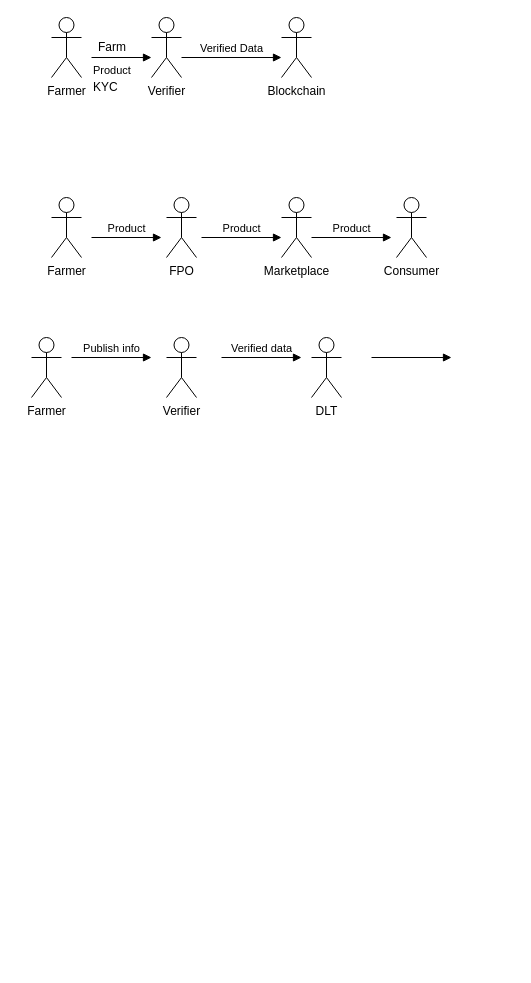
The draw.io diagram AC-Flow.drawio in shscs911/Calibre-themes-files, before the edit. Source tidied: cells renumbered, new cells numbered last; positions are measured from the earlier drawing's top-left corner, leaving out a move shared by most shapes. Both pictures are drawn from the tidied source at 100%, with x=0, y=0 at pixel (31, 17).
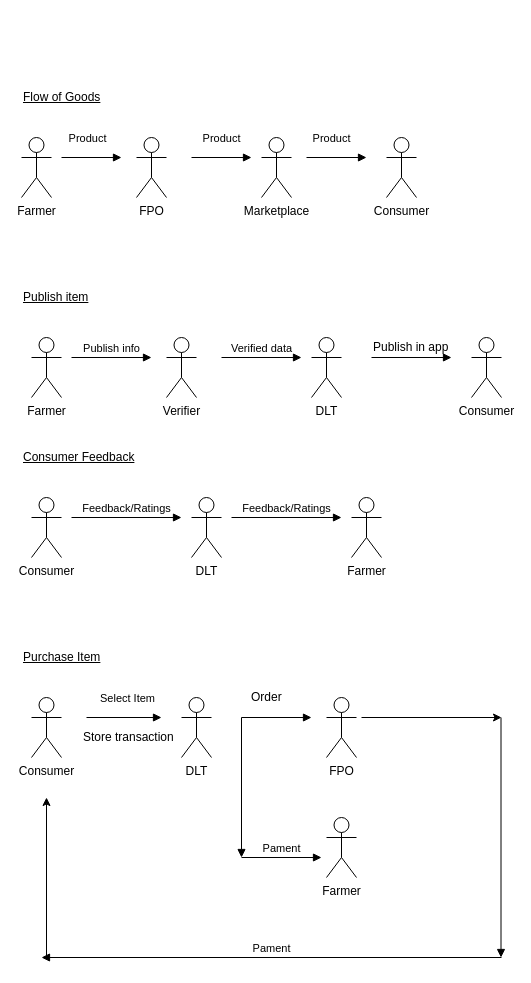
The same page after the edit.

What changed in the source:
```diff
@@
-    <mxCell id="2" value="Farmer" style="shape=umlActor;verticalLabelPosition=bottom;labelBackgroundColor=#ffffff;verticalAlign=top;html=1;" parent="1" vertex="1">
-      <mxGeometry x="20" width="30" height="60" as="geometry" />
-    </mxCell>
-    <mxCell id="3" value="Product" style="endArrow=block;endFill=1;html=1;edgeStyle=orthogonalEdgeStyle;align=left;verticalAlign=top;" parent="1" edge="1">
-      <mxGeometry x="-1" relative="1" as="geometry">
-        <mxPoint x="60" y="40" as="sourcePoint" />
-        <mxPoint x="120" y="40" as="targetPoint" />
-      </mxGeometry>
-    </mxCell>
-    <mxCell id="4" value="&lt;div&gt;Verifier&lt;/div&gt;" style="shape=umlActor;verticalLabelPosition=bottom;labelBackgroundColor=#ffffff;verticalAlign=top;html=1;" parent="1" vertex="1">
-      <mxGeometry x="120" width="30" height="60" as="geometry" />
-    </mxCell>
-    <mxCell id="5" value="Blockchain" style="shape=umlActor;verticalLabelPosition=bottom;labelBackgroundColor=#ffffff;verticalAlign=top;html=1;" parent="1" vertex="1">
-      <mxGeometry x="250" width="30" height="60" as="geometry" />
-    </mxCell>
-    <mxCell id="6" value="&lt;div&gt;Verified Data&lt;/div&gt;" style="html=1;verticalAlign=bottom;endArrow=block;" parent="1" edge="1">
-      <mxGeometry relative="1" as="geometry">
-        <mxPoint x="150" y="40" as="sourcePoint" />
-        <mxPoint x="250" y="40" as="targetPoint" />
-      </mxGeometry>
-    </mxCell>
-    <mxCell id="7" value="Farm" style="text;html=1;align=left;verticalAlign=top;spacingTop=-4;" parent="1" vertex="1">
-      <mxGeometry x="65" y="20" width="40" height="20" as="geometry" />
-    </mxCell>
-    <mxCell id="8" value="KYC" style="text;html=1;align=left;verticalAlign=top;spacingTop=-4;" parent="1" vertex="1">
-      <mxGeometry x="60" y="60" width="40" height="20" as="geometry" />
-    </mxCell>
     <mxCell id="9" value="Farmer" style="shape=umlActor;verticalLabelPosition=bottom;labelBackgroundColor=#ffffff;verticalAlign=top;html=1;" parent="1" vertex="1">
-      <mxGeometry x="20" y="180" width="30" height="60" as="geometry" />
+      <mxGeometry x="-10" y="120" width="30" height="60" as="geometry" />
     </mxCell>
     <mxCell id="10" value="Product" style="html=1;verticalAlign=bottom;endArrow=block;" parent="1" edge="1">
-      <mxGeometry relative="1" as="geometry">
-        <mxPoint x="60" y="220" as="sourcePoint" />
-        <mxPoint x="130" y="220" as="targetPoint" />
+      <mxGeometry x="-0.14" y="10" relative="1" as="geometry">
+        <mxPoint x="30" y="140" as="sourcePoint" />
+        <mxPoint x="90" y="140" as="targetPoint" />
       </mxGeometry>
     </mxCell>
     <mxCell id="11" value="FPO" style="shape=umlActor;verticalLabelPosition=bottom;labelBackgroundColor=#ffffff;verticalAlign=top;html=1;" parent="1" vertex="1">
-      <mxGeometry x="135" y="180" width="30" height="60" as="geometry" />
+      <mxGeometry x="105" y="120" width="30" height="60" as="geometry" />
     </mxCell>
     <mxCell id="12" value="Product" style="html=1;verticalAlign=bottom;endArrow=block;" parent="1" edge="1">
-      <mxGeometry relative="1" as="geometry">
-        <mxPoint x="170" y="220" as="sourcePoint" />
-        <mxPoint x="250" y="220" as="targetPoint" />
+      <mxGeometry y="10" relative="1" as="geometry">
+        <mxPoint x="160" y="140" as="sourcePoint" />
+        <mxPoint x="220" y="140" as="targetPoint" />
       </mxGeometry>
     </mxCell>
     <mxCell id="13" value="Marketplace" style="shape=umlActor;verticalLabelPosition=bottom;labelBackgroundColor=#ffffff;verticalAlign=top;html=1;" parent="1" vertex="1">
-      <mxGeometry x="250" y="180" width="30" height="60" as="geometry" />
+      <mxGeometry x="230" y="120" width="30" height="60" as="geometry" />
     </mxCell>
     <mxCell id="14" value="Consumer" style="shape=umlActor;verticalLabelPosition=bottom;labelBackgroundColor=#ffffff;verticalAlign=top;html=1;" parent="1" vertex="1">
-      <mxGeometry x="365" y="180" width="30" height="60" as="geometry" />
+      <mxGeometry x="355" y="120" width="30" height="60" as="geometry" />
     </mxCell>
     <mxCell id="15" value="Product" style="html=1;verticalAlign=bottom;endArrow=block;" parent="1" edge="1">
-      <mxGeometry relative="1" as="geometry">
-        <mxPoint x="280" y="220" as="sourcePoint" />
-        <mxPoint x="360" y="220" as="targetPoint" />
+      <mxGeometry x="-0.17" y="10" relative="1" as="geometry">
+        <mxPoint x="275" y="140" as="sourcePoint" />
+        <mxPoint x="335" y="140" as="targetPoint" />
       </mxGeometry>
     </mxCell>
@@
+    <mxCell id="22" value="Publish in app" style="text;html=1;align=left;verticalAlign=top;spacingTop=-4;" parent="1" vertex="1">
+      <mxGeometry x="340" y="320" width="90" height="20" as="geometry" />
+    </mxCell>
+    <mxCell id="23" value="Consumer" style="shape=umlActor;verticalLabelPosition=bottom;labelBackgroundColor=#ffffff;verticalAlign=top;html=1;" parent="1" vertex="1">
+      <mxGeometry x="440" y="320" width="30" height="60" as="geometry" />
+    </mxCell>
+    <mxCell id="24" value="Consumer" style="shape=umlActor;verticalLabelPosition=bottom;labelBackgroundColor=#ffffff;verticalAlign=top;html=1;" parent="1" vertex="1">
+      <mxGeometry y="480" width="30" height="60" as="geometry" />
+    </mxCell>
+    <mxCell id="25" value="Feedback/Ratings" style="html=1;verticalAlign=bottom;endArrow=block;" parent="1" edge="1">
+      <mxGeometry relative="1" as="geometry">
+        <mxPoint x="40" y="500" as="sourcePoint" />
+        <mxPoint x="150" y="500" as="targetPoint" />
+      </mxGeometry>
+    </mxCell>
+    <mxCell id="26" value="DLT" style="shape=umlActor;verticalLabelPosition=bottom;labelBackgroundColor=#ffffff;verticalAlign=top;html=1;" parent="1" vertex="1">
+      <mxGeometry x="160" y="480" width="30" height="60" as="geometry" />
+    </mxCell>
+    <mxCell id="27" value="Farmer" style="shape=umlActor;verticalLabelPosition=bottom;labelBackgroundColor=#ffffff;verticalAlign=top;html=1;" parent="1" vertex="1">
+      <mxGeometry x="320" y="480" width="30" height="60" as="geometry" />
+    </mxCell>
+    <mxCell id="28" value="Feedback/Ratings" style="html=1;verticalAlign=bottom;endArrow=block;" parent="1" edge="1">
+      <mxGeometry relative="1" as="geometry">
+        <mxPoint x="200" y="500" as="sourcePoint" />
+        <mxPoint x="310" y="500" as="targetPoint" />
+      </mxGeometry>
+    </mxCell>
+    <mxCell id="29" value="Flow of Goods" style="text;html=1;strokeColor=none;fillColor=none;align=left;verticalAlign=middle;whiteSpace=wrap;rounded=0;fontStyle=4;" parent="1" vertex="1">
+      <mxGeometry x="-10" y="60" width="110" height="40" as="geometry" />
+    </mxCell>
+    <mxCell id="30" value="Publish item" style="text;html=1;strokeColor=none;fillColor=none;align=left;verticalAlign=middle;whiteSpace=wrap;rounded=0;fontStyle=4;" parent="1" vertex="1">
+      <mxGeometry x="-10" y="260" width="110" height="40" as="geometry" />
+    </mxCell>
+    <mxCell id="31" value="Consumer Feedback" style="text;html=1;strokeColor=none;fillColor=none;align=left;verticalAlign=middle;whiteSpace=wrap;rounded=0;fontStyle=4;" parent="1" vertex="1">
+      <mxGeometry x="-10" y="420" width="120" height="40" as="geometry" />
+    </mxCell>
+    <mxCell id="32" value="Purchase Item" style="text;html=1;strokeColor=none;fillColor=none;align=left;verticalAlign=middle;whiteSpace=wrap;rounded=0;fontStyle=4;" parent="1" vertex="1">
+      <mxGeometry x="-10" y="620" width="120" height="40" as="geometry" />
+    </mxCell>
+    <mxCell id="33" value="Consumer" style="shape=umlActor;verticalLabelPosition=bottom;labelBackgroundColor=#ffffff;verticalAlign=top;html=1;" parent="1" vertex="1">
+      <mxGeometry y="680" width="30" height="60" as="geometry" />
+    </mxCell>
+    <mxCell id="34" value="Select Item" style="html=1;verticalAlign=bottom;endArrow=block;" parent="1" edge="1">
+      <mxGeometry x="0.08" y="10" relative="1" as="geometry">
+        <mxPoint x="55" y="700" as="sourcePoint" />
+        <mxPoint x="130" y="700" as="targetPoint" />
+      </mxGeometry>
+    </mxCell>
+    <mxCell id="35" value="DLT" style="shape=umlActor;verticalLabelPosition=bottom;labelBackgroundColor=#ffffff;verticalAlign=top;html=1;" parent="1" vertex="1">
+      <mxGeometry x="150" y="680" width="30" height="60" as="geometry" />
+    </mxCell>
+    <mxCell id="36" style="html=1;verticalAlign=bottom;endArrow=block;" parent="1" edge="1">
+      <mxGeometry x="0.08" y="10" relative="1" as="geometry">
+        <mxPoint x="210" y="700" as="sourcePoint" />
+        <mxPoint x="280" y="700" as="targetPoint" />
+      </mxGeometry>
+    </mxCell>
+    <mxCell id="37" value="Store transaction" style="text;html=1;align=left;verticalAlign=top;spacingTop=-4;" parent="1" vertex="1">
+      <mxGeometry x="50" y="710" width="100" height="20" as="geometry" />
+    </mxCell>
+    <mxCell id="38" value="FPO" style="shape=umlActor;verticalLabelPosition=bottom;labelBackgroundColor=#ffffff;verticalAlign=top;html=1;" parent="1" vertex="1">
+      <mxGeometry x="295" y="680" width="30" height="60" as="geometry" />
+    </mxCell>
+    <mxCell id="39" value="Order" style="text;html=1;align=left;verticalAlign=top;spacingTop=-4;" parent="1" vertex="1">
+      <mxGeometry x="217.5" y="670" width="50" height="20" as="geometry" />
+    </mxCell>
+    <mxCell id="40" style="html=1;verticalAlign=bottom;endArrow=block;" parent="1" edge="1">
+      <mxGeometry relative="1" as="geometry">
+        <mxPoint x="210" y="700" as="sourcePoint" />
+        <mxPoint x="210" y="840" as="targetPoint" />
+      </mxGeometry>
+    </mxCell>
+    <mxCell id="41" value="Pament" style="html=1;verticalAlign=bottom;endArrow=block;" parent="1" edge="1">
+      <mxGeometry relative="1" as="geometry">
+        <mxPoint x="470" y="940" as="sourcePoint" />
+        <mxPoint x="10" y="940" as="targetPoint" />
+      </mxGeometry>
+    </mxCell>
+    <mxCell id="42" value="Farmer" style="shape=umlActor;verticalLabelPosition=bottom;labelBackgroundColor=#ffffff;verticalAlign=top;html=1;" parent="1" vertex="1">
+      <mxGeometry x="295" y="800" width="30" height="60" as="geometry" />
+    </mxCell>
+    <mxCell id="43" style="endArrow=classic;html=1;" parent="1" edge="1">
+      <mxGeometry relative="1" as="geometry">
+        <mxPoint x="330" y="700" as="sourcePoint" />
+        <mxPoint x="470" y="700" as="targetPoint" />
+      </mxGeometry>
+    </mxCell>
+    <mxCell id="44" style="html=1;verticalAlign=bottom;endArrow=block;" parent="1" edge="1">
+      <mxGeometry relative="1" as="geometry">
+        <mxPoint x="469.5" y="700" as="sourcePoint" />
+        <mxPoint x="469.5" y="940" as="targetPoint" />
+      </mxGeometry>
+    </mxCell>
+    <mxCell id="45" value="Pament" style="html=1;verticalAlign=bottom;endArrow=block;" parent="1" edge="1">
+      <mxGeometry relative="1" as="geometry">
+        <mxPoint x="210" y="840" as="sourcePoint" />
+        <mxPoint x="290" y="840" as="targetPoint" />
+      </mxGeometry>
+    </mxCell>
+    <mxCell id="46" style="endArrow=classic;html=1;" parent="1" edge="1">
+      <mxGeometry relative="1" as="geometry">
+        <mxPoint x="15" y="940" as="sourcePoint" />
+        <mxPoint x="15" y="780" as="targetPoint" />
+      </mxGeometry>
+    </mxCell>
```
